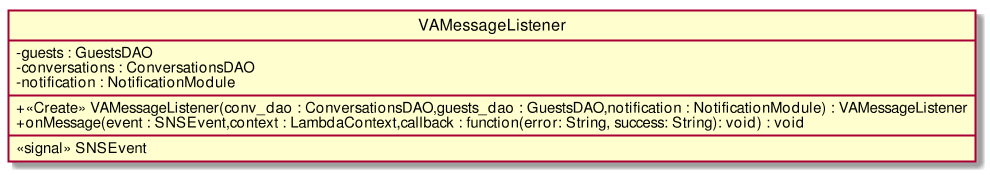
CoCodeSWE/Docs keeps this PlantUML diagram as RP/Esterni/DefinizioneDiProdotto/images/ClassVAMessageListener.png. Above is the earlier version.
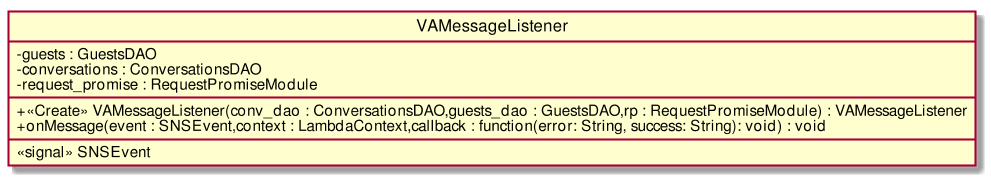
After the change.

What changed in the source:
```diff
@@ -4,9 +4,9 @@
 class VAMessageListener{
 - guests : GuestsDAO
 - conversations : ConversationsDAO
-- notification : NotificationModule
+- request_promise : RequestPromiseModule
 __
-+ <<Create>> VAMessageListener(conv_dao : ConversationsDAO,guests_dao : GuestsDAO,notification : NotificationModule) : VAMessageListener
++ <<Create>> VAMessageListener(conv_dao : ConversationsDAO,guests_dao : GuestsDAO,rp : RequestPromiseModule) : VAMessageListener
 + onMessage(event : SNSEvent,context : LambdaContext,callback : function(error: String, success: String): void) : void
 __
 <<signal>> SNSEvent
```
